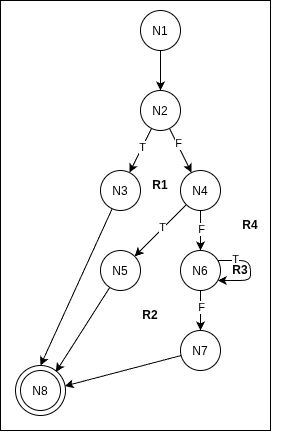
The draw.io diagram Prática - Caça às Bruxas/Diagrama 4.png in Henrique-Segundo/TESTES_26.02, before a commit. Source tidied: cells renumbered, new cells last; positions are measured from the earlier drawing's top-left corner, leaving out a move shared by most shapes.
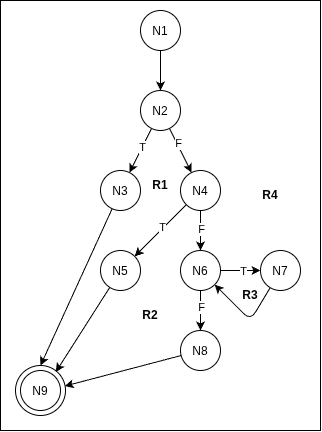
Later version of the same file.

Diff of the diagram source:
```diff
@@ -3,7 +3,7 @@
     <mxCell id="0" />
     <mxCell id="1" parent="0" />
     <mxCell id="2" style="rounded=0;whiteSpace=wrap;html=1;strokeColor=default;align=center;verticalAlign=middle;fontFamily=Helvetica;fontSize=12;fontColor=default;fillColor=default;" parent="1" vertex="1">
-      <mxGeometry width="270" height="430" as="geometry" />
+      <mxGeometry width="320" height="430" as="geometry" />
     </mxCell>
     <mxCell id="3" style="edgeStyle=none;html=1;" parent="1" edge="1" source="4" target="9">
       <mxGeometry relative="1" as="geometry" />
@@ -56,35 +56,30 @@
     <mxCell id="19" value="F" style="edgeLabel;html=1;align=center;verticalAlign=middle;" parent="18" vertex="1">
       <mxGeometry x="-0.2" relative="1" as="geometry" />
     </mxCell>
+    <mxCell id="32" style="edgeStyle=none;html=1;" parent="1" edge="1" source="20" target="34">
+      <mxGeometry relative="1" as="geometry" />
+    </mxCell>
+    <mxCell id="27" value="T" style="edgeLabel;html=1;align=center;verticalAlign=middle;" parent="32" vertex="1">
+      <mxGeometry x="0.11" relative="1" as="geometry" />
+    </mxCell>
     <mxCell id="20" value="N6" style="ellipse;whiteSpace=wrap;html=1;shapeInside=1;" parent="1" vertex="1">
       <mxGeometry x="180" y="250" width="40" height="40" as="geometry" />
     </mxCell>
     <mxCell id="21" style="edgeStyle=none;html=1;entryX=0.984;entryY=0.412;entryDx=0;entryDy=0;entryPerimeter=0;" parent="1" edge="1" source="22" target="23">
       <mxGeometry relative="1" as="geometry" />
     </mxCell>
-    <mxCell id="22" value="N7" style="ellipse;whiteSpace=wrap;html=1;shapeInside=1;" parent="1" vertex="1">
+    <mxCell id="22" value="N8" style="ellipse;whiteSpace=wrap;html=1;shapeInside=1;" parent="1" vertex="1">
       <mxGeometry x="180" y="330" width="40" height="40" as="geometry" />
     </mxCell>
     <mxCell id="23" style="ellipse;whiteSpace=wrap;html=1;shapeInside=1;" parent="1" vertex="1">
       <mxGeometry x="15" y="365" width="50" height="50" as="geometry" />
     </mxCell>
-    <mxCell id="24" value="N8" style="ellipse;whiteSpace=wrap;html=1;shapeInside=1;" parent="1" vertex="1">
+    <mxCell id="24" value="N9" style="ellipse;whiteSpace=wrap;html=1;shapeInside=1;" parent="1" vertex="1">
       <mxGeometry x="20" y="370" width="40" height="40" as="geometry" />
     </mxCell>
     <mxCell id="25" style="edgeStyle=none;html=1;entryX=0.807;entryY=0.129;entryDx=0;entryDy=0;entryPerimeter=0;" parent="1" edge="1" source="17" target="23">
       <mxGeometry relative="1" as="geometry" />
     </mxCell>
-    <mxCell id="26" style="edgeStyle=orthogonalEdgeStyle;html=1;innerLoopWaypoints=1;" parent="1" edge="1" source="20" target="20">
-      <mxGeometry x="-0.16" relative="1" as="geometry">
-        <Array as="points">
-          <mxPoint x="250" y="260" />
-          <mxPoint x="250" y="280" />
-        </Array>
-      </mxGeometry>
-    </mxCell>
-    <mxCell id="27" value="T" style="edgeLabel;html=1;align=center;verticalAlign=middle;" parent="26" vertex="1">
-      <mxGeometry x="-0.61" y="2" relative="1" as="geometry" />
-    </mxCell>
     <mxCell id="28" value="R1" style="text;html=1;whiteSpace=wrap;strokeColor=none;fillColor=none;align=center;verticalAlign=middle;rounded=0;fontFamily=Helvetica;fontSize=12;fontColor=default;fontStyle=1;" parent="1" vertex="1">
       <mxGeometry x="130" y="170" width="60" height="30" as="geometry" />
     </mxCell>
@@ -92,10 +87,20 @@
       <mxGeometry x="120" y="300" width="60" height="30" as="geometry" />
     </mxCell>
     <mxCell id="30" value="R4" style="text;html=1;whiteSpace=wrap;strokeColor=none;fillColor=none;align=center;verticalAlign=middle;rounded=0;fontFamily=Helvetica;fontSize=12;fontColor=default;fontStyle=1;" parent="1" vertex="1">
-      <mxGeometry x="220" y="210" width="60" height="30" as="geometry" />
+      <mxGeometry x="240" y="180" width="60" height="30" as="geometry" />
     </mxCell>
     <mxCell id="31" value="R3" style="text;html=1;whiteSpace=wrap;strokeColor=none;fillColor=none;align=center;verticalAlign=middle;rounded=0;fontFamily=Helvetica;fontSize=12;fontColor=default;fontStyle=1;" parent="1" vertex="1">
-      <mxGeometry x="210" y="255" width="60" height="30" as="geometry" />
+      <mxGeometry x="220" y="280" width="60" height="30" as="geometry" />
     </mxCell>
+    <mxCell id="33" style="edgeStyle=none;html=1;" parent="1" edge="1" source="34" target="20">
+      <mxGeometry relative="1" as="geometry">
+        <Array as="points">
+          <mxPoint x="250" y="320" />
+        </Array>
+      </mxGeometry>
+    </mxCell>
+    <mxCell id="34" value="N7" style="ellipse;whiteSpace=wrap;html=1;shapeInside=1;" parent="1" vertex="1">
+      <mxGeometry x="260" y="250" width="40" height="40" as="geometry" />
+    </mxCell>
   </root>
 </mxGraphModel>
```
